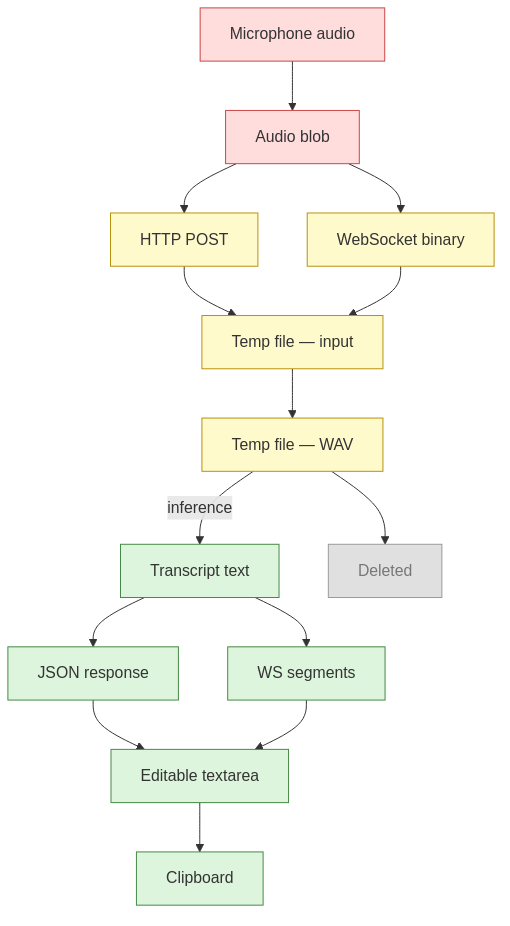
JohnYanez95/voice-scribe keeps this Mermaid diagram as docs/v2/presentation/images/privacy-data-flow.png. Above is the earlier version. Its source is kept beside it as docs/diagrams/privacy-data-flow.mmd.
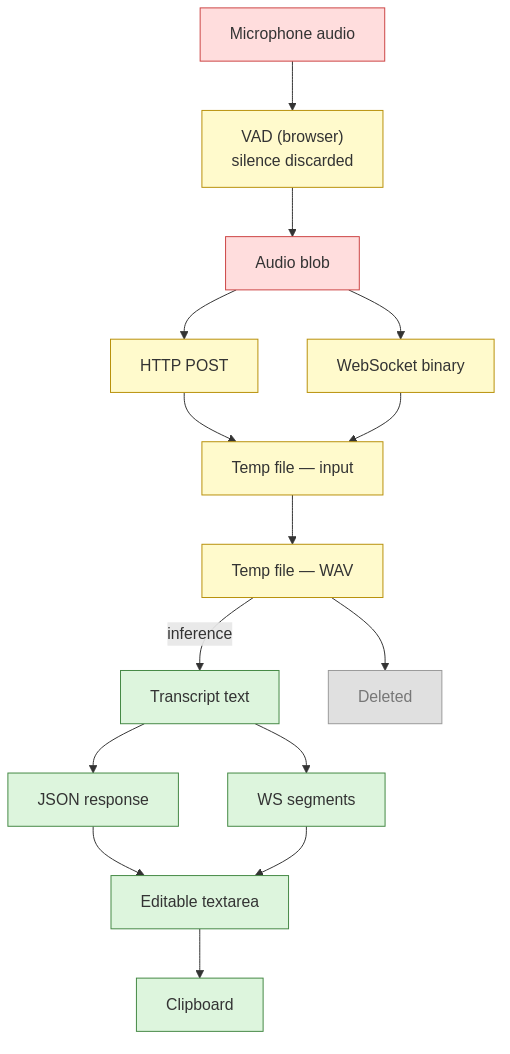
After the change.

The edit, as a diff of the source:
```diff
@@ -2,7 +2,8 @@
     mic["Microphone audio"]
     blob["Audio blob"]
 
-    mic --> blob
+    mic --> vad["VAD (browser)<br/>silence discarded"]
+    vad --> blob
     blob --> http["HTTP POST"]
     blob --> wsIn["WebSocket binary"]
 
@@ -27,6 +28,6 @@
     classDef deleted fill:#e0e0e0,stroke:#999999,color:#777777
 
     class mic,blob sensitive
-    class http,wsIn,tmp1,tmp2 ephemeral
+    class vad,http,wsIn,tmp1,tmp2 ephemeral
     class txt,resp,wsOut,area,clip output
     class del deleted
```
